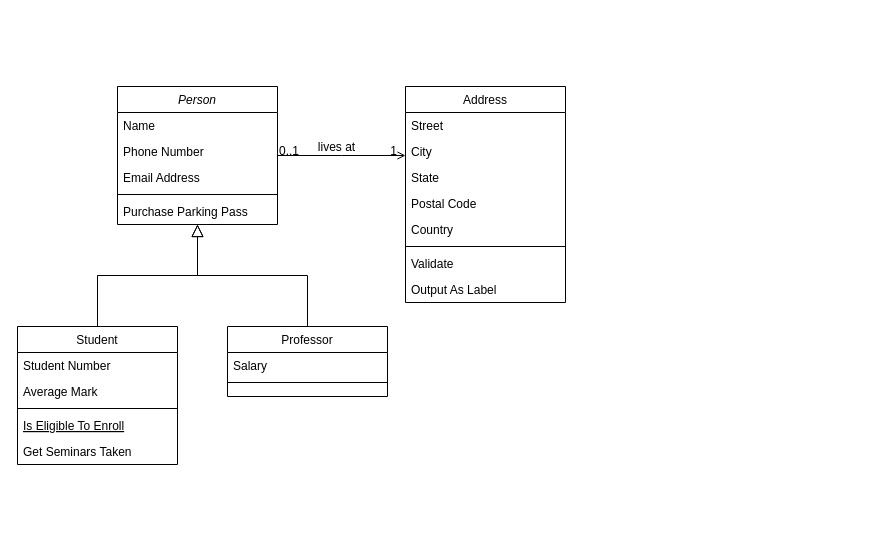
Above: Untitled Diagram.drawio in d3w3r/nestjs (draw.io), before the change. Source tidied: cells renumbered, new cells numbered last; positions are measured from the earlier drawing's top-left corner, leaving out a move shared by most shapes. Both pictures are drawn from the tidied source at 100%, with x=0, y=0 at pixel (17, 86).
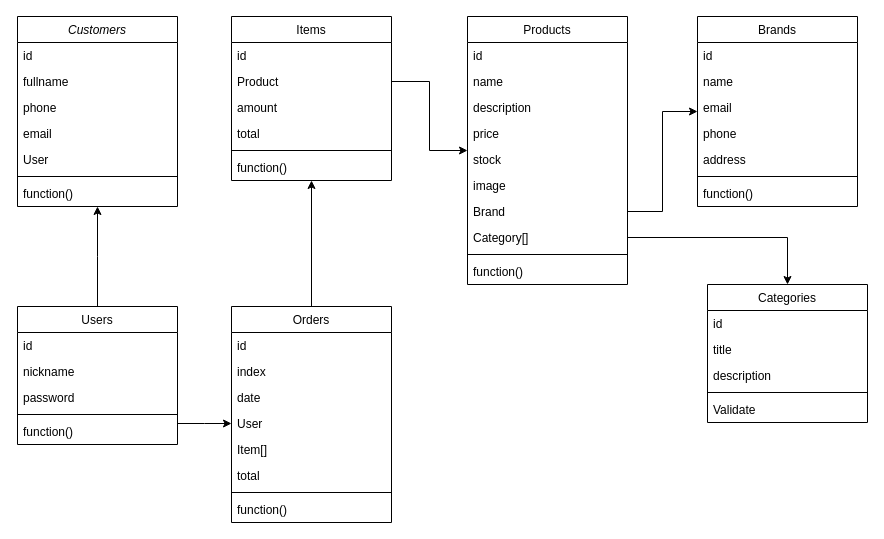
The same diagram, later.

The edit, as a diff of the source:
```diff
@@
-    <mxCell id="2" value="Person" style="swimlane;fontStyle=2;align=center;verticalAlign=top;horizontal=1;startSize=26;rounded=0;shadow=0;strokeWidth=1;" parent="1" vertex="1">
-      <mxGeometry x="100" width="160" height="138" as="geometry" />
+    <mxCell id="2" value="Customers" style="swimlane;fontStyle=2;align=center;verticalAlign=top;horizontal=1;startSize=26;rounded=0;shadow=0;strokeWidth=1;" parent="1" vertex="1">
+      <mxGeometry y="-70" width="160" height="190" as="geometry" />
     </mxCell>
-    <mxCell id="3" value="Name" style="text;align=left;verticalAlign=top;spacingLeft=4;spacingRight=4;overflow=hidden;" parent="2" vertex="1">
+    <mxCell id="3" value="id" style="text;align=left;verticalAlign=top;spacingLeft=4;spacingRight=4;overflow=hidden;" parent="2" vertex="1">
       <mxGeometry y="26" width="160" height="26" as="geometry" />
     </mxCell>
-    <mxCell id="4" value="Phone Number" style="text;align=left;verticalAlign=top;spacingLeft=4;spacingRight=4;overflow=hidden;rounded=0;shadow=0;html=0;" parent="2" vertex="1">
+    <mxCell id="4" value="fullname" style="text;align=left;verticalAlign=top;spacingLeft=4;spacingRight=4;overflow=hidden;rounded=0;shadow=0;html=0;" parent="2" vertex="1">
       <mxGeometry y="52" width="160" height="26" as="geometry" />
     </mxCell>
-    <mxCell id="5" value="Email Address" style="text;align=left;verticalAlign=top;spacingLeft=4;spacingRight=4;overflow=hidden;rounded=0;shadow=0;html=0;" parent="2" vertex="1">
+    <mxCell id="5" value="phone" style="text;align=left;verticalAlign=top;spacingLeft=4;spacingRight=4;overflow=hidden;rounded=0;shadow=0;html=0;" parent="2" vertex="1">
       <mxGeometry y="78" width="160" height="26" as="geometry" />
     </mxCell>
+    <mxCell id="32" value="email" style="text;align=left;verticalAlign=top;spacingLeft=4;spacingRight=4;overflow=hidden;rounded=0;shadow=0;html=0;" parent="2" vertex="1">
+      <mxGeometry y="104" width="160" height="26" as="geometry" />
+    </mxCell>
+    <mxCell id="33" value="User" style="text;align=left;verticalAlign=top;spacingLeft=4;spacingRight=4;overflow=hidden;rounded=0;shadow=0;html=0;" parent="2" vertex="1">
+      <mxGeometry y="130" width="160" height="26" as="geometry" />
+    </mxCell>
     <mxCell id="6" style="line;html=1;strokeWidth=1;align=left;verticalAlign=middle;spacingTop=-1;spacingLeft=3;spacingRight=3;labelPosition=right;" parent="2" vertex="1">
-      <mxGeometry y="104" width="160" height="8" as="geometry" />
+      <mxGeometry y="156" width="160" height="8" as="geometry" />
     </mxCell>
-    <mxCell id="7" value="Purchase Parking Pass" style="text;align=left;verticalAlign=top;spacingLeft=4;spacingRight=4;overflow=hidden;" parent="2" vertex="1">
-      <mxGeometry y="112" width="160" height="26" as="geometry" />
+    <mxCell id="7" value="function()" style="text;align=left;verticalAlign=top;spacingLeft=4;spacingRight=4;overflow=hidden;" parent="2" vertex="1">
+      <mxGeometry y="164" width="160" height="26" as="geometry" />
     </mxCell>
-    <mxCell id="8" value="Student" style="swimlane;fontStyle=0;align=center;verticalAlign=top;horizontal=1;startSize=26;rounded=0;shadow=0;strokeWidth=1;" parent="1" vertex="1">
-      <mxGeometry y="240" width="160" height="138" as="geometry" />
+    <mxCell id="8" value="Users" style="swimlane;fontStyle=0;align=center;verticalAlign=top;horizontal=1;startSize=26;rounded=0;shadow=0;strokeWidth=1;" parent="1" vertex="1">
+      <mxGeometry y="220" width="160" height="138" as="geometry" />
     </mxCell>
-    <mxCell id="9" value="Student Number" style="text;align=left;verticalAlign=top;spacingLeft=4;spacingRight=4;overflow=hidden;" parent="8" vertex="1">
+    <mxCell id="9" value="id" style="text;align=left;verticalAlign=top;spacingLeft=4;spacingRight=4;overflow=hidden;" parent="8" vertex="1">
       <mxGeometry y="26" width="160" height="26" as="geometry" />
     </mxCell>
-    <mxCell id="10" value="Average Mark" style="text;align=left;verticalAlign=top;spacingLeft=4;spacingRight=4;overflow=hidden;rounded=0;shadow=0;html=0;" parent="8" vertex="1">
+    <mxCell id="10" value="nickname" style="text;align=left;verticalAlign=top;spacingLeft=4;spacingRight=4;overflow=hidden;rounded=0;shadow=0;html=0;" parent="8" vertex="1">
       <mxGeometry y="52" width="160" height="26" as="geometry" />
     </mxCell>
+    <mxCell id="34" value="password" style="text;align=left;verticalAlign=top;spacingLeft=4;spacingRight=4;overflow=hidden;rounded=0;shadow=0;html=0;" parent="8" vertex="1">
+      <mxGeometry y="78" width="160" height="26" as="geometry" />
+    </mxCell>
     <mxCell id="11" style="line;html=1;strokeWidth=1;align=left;verticalAlign=middle;spacingTop=-1;spacingLeft=3;spacingRight=3;labelPosition=right;" parent="8" vertex="1">
-      <mxGeometry y="78" width="160" height="8" as="geometry" />
+      <mxGeometry y="104" width="160" height="8" as="geometry" />
     </mxCell>
-    <mxCell id="12" value="Is Eligible To Enroll" style="text;align=left;verticalAlign=top;spacingLeft=4;spacingRight=4;overflow=hidden;fontStyle=4;" parent="8" vertex="1">
-      <mxGeometry y="86" width="160" height="26" as="geometry" />
-    </mxCell>
-    <mxCell id="13" value="Get Seminars Taken" style="text;align=left;verticalAlign=top;spacingLeft=4;spacingRight=4;overflow=hidden;" parent="8" vertex="1">
+    <mxCell id="13" value="function()" style="text;align=left;verticalAlign=top;spacingLeft=4;spacingRight=4;overflow=hidden;" parent="8" vertex="1">
       <mxGeometry y="112" width="160" height="26" as="geometry" />
     </mxCell>
-    <mxCell id="14" style="endArrow=block;endSize=10;endFill=0;shadow=0;strokeWidth=1;rounded=0;edgeStyle=elbowEdgeStyle;elbow=vertical;" parent="1" edge="1" source="8" target="2">
+    <mxCell id="14" style="endArrow=classic;endSize=6;endFill=1;shadow=0;strokeWidth=1;rounded=0;edgeStyle=elbowEdgeStyle;elbow=vertical;" parent="1" edge="1" source="8" target="2">
       <mxGeometry relative="1" as="geometry" />
     </mxCell>
-    <mxCell id="15" value="Professor" style="swimlane;fontStyle=0;align=center;verticalAlign=top;horizontal=1;startSize=26;rounded=0;shadow=0;strokeWidth=1;" parent="1" vertex="1">
-      <mxGeometry x="210" y="240" width="160" height="70" as="geometry" />
+    <mxCell id="15" value="Orders" style="swimlane;fontStyle=0;align=center;verticalAlign=top;horizontal=1;startSize=26;rounded=0;shadow=0;strokeWidth=1;" parent="1" vertex="1">
+      <mxGeometry x="214" y="220" width="160" height="216" as="geometry" />
     </mxCell>
-    <mxCell id="16" value="Salary" style="text;align=left;verticalAlign=top;spacingLeft=4;spacingRight=4;overflow=hidden;" parent="15" vertex="1">
+    <mxCell id="16" value="id" style="text;align=left;verticalAlign=top;spacingLeft=4;spacingRight=4;overflow=hidden;" parent="15" vertex="1">
       <mxGeometry y="26" width="160" height="26" as="geometry" />
     </mxCell>
+    <mxCell id="35" value="index" style="text;align=left;verticalAlign=top;spacingLeft=4;spacingRight=4;overflow=hidden;" parent="15" vertex="1">
+      <mxGeometry y="52" width="160" height="26" as="geometry" />
+    </mxCell>
+    <mxCell id="36" value="date" style="text;align=left;verticalAlign=top;spacingLeft=4;spacingRight=4;overflow=hidden;" parent="15" vertex="1">
+      <mxGeometry y="78" width="160" height="26" as="geometry" />
+    </mxCell>
+    <mxCell id="37" value="User" style="text;align=left;verticalAlign=top;spacingLeft=4;spacingRight=4;overflow=hidden;points=[[0,0.5],[1,0.5]];portConstraint=eastwest;" parent="15" vertex="1">
+      <mxGeometry y="104" width="160" height="26" as="geometry" />
+    </mxCell>
+    <mxCell id="38" value="Item[]" style="text;align=left;verticalAlign=top;spacingLeft=4;spacingRight=4;overflow=hidden;" parent="15" vertex="1">
+      <mxGeometry y="130" width="160" height="26" as="geometry" />
+    </mxCell>
+    <mxCell id="39" value="total" style="text;align=left;verticalAlign=top;spacingLeft=4;spacingRight=4;overflow=hidden;" parent="15" vertex="1">
+      <mxGeometry y="156" width="160" height="26" as="geometry" />
+    </mxCell>
     <mxCell id="17" style="line;html=1;strokeWidth=1;align=left;verticalAlign=middle;spacingTop=-1;spacingLeft=3;spacingRight=3;labelPosition=right;" parent="15" vertex="1">
-      <mxGeometry y="52" width="160" height="8" as="geometry" />
+      <mxGeometry y="182" width="160" height="8" as="geometry" />
     </mxCell>
-    <mxCell id="18" style="endArrow=block;endSize=10;endFill=0;shadow=0;strokeWidth=1;rounded=0;edgeStyle=elbowEdgeStyle;elbow=vertical;" parent="1" edge="1" source="15" target="2">
-      <mxGeometry relative="1" as="geometry" />
-    </mxCell>
+    <mxCell id="40" value="function()" style="text;align=left;verticalAlign=top;spacingLeft=4;spacingRight=4;overflow=hidden;" parent="15" vertex="1">
+      <mxGeometry y="190" width="160" height="26" as="geometry" />
+    </mxCell>
-    <mxCell id="19" value="Address" style="swimlane;fontStyle=0;align=center;verticalAlign=top;horizontal=1;startSize=26;rounded=0;shadow=0;strokeWidth=1;" parent="1" vertex="1">
-      <mxGeometry x="388" width="160" height="216" as="geometry" />
+    <mxCell id="19" value="Products" style="swimlane;fontStyle=0;align=center;verticalAlign=top;horizontal=1;startSize=26;rounded=0;shadow=0;strokeWidth=1;" parent="1" vertex="1">
+      <mxGeometry x="450" y="-70" width="160" height="268" as="geometry" />
     </mxCell>
-    <mxCell id="20" value="Street" style="text;align=left;verticalAlign=top;spacingLeft=4;spacingRight=4;overflow=hidden;" parent="19" vertex="1">
+    <mxCell id="20" value="id" style="text;align=left;verticalAlign=top;spacingLeft=4;spacingRight=4;overflow=hidden;" parent="19" vertex="1">
       <mxGeometry y="26" width="160" height="26" as="geometry" />
     </mxCell>
-    <mxCell id="21" value="City" style="text;align=left;verticalAlign=top;spacingLeft=4;spacingRight=4;overflow=hidden;rounded=0;shadow=0;html=0;" parent="19" vertex="1">
+    <mxCell id="21" value="name" style="text;align=left;verticalAlign=top;spacingLeft=4;spacingRight=4;overflow=hidden;rounded=0;shadow=0;html=0;" parent="19" vertex="1">
       <mxGeometry y="52" width="160" height="26" as="geometry" />
     </mxCell>
-    <mxCell id="22" value="State" style="text;align=left;verticalAlign=top;spacingLeft=4;spacingRight=4;overflow=hidden;rounded=0;shadow=0;html=0;" parent="19" vertex="1">
+    <mxCell id="22" value="description" style="text;align=left;verticalAlign=top;spacingLeft=4;spacingRight=4;overflow=hidden;rounded=0;shadow=0;html=0;" parent="19" vertex="1">
       <mxGeometry y="78" width="160" height="26" as="geometry" />
     </mxCell>
-    <mxCell id="23" value="Postal Code" style="text;align=left;verticalAlign=top;spacingLeft=4;spacingRight=4;overflow=hidden;rounded=0;shadow=0;html=0;" parent="19" vertex="1">
+    <mxCell id="23" value="price" style="text;align=left;verticalAlign=top;spacingLeft=4;spacingRight=4;overflow=hidden;rounded=0;shadow=0;html=0;" parent="19" vertex="1">
       <mxGeometry y="104" width="160" height="26" as="geometry" />
     </mxCell>
-    <mxCell id="24" value="Country" style="text;align=left;verticalAlign=top;spacingLeft=4;spacingRight=4;overflow=hidden;rounded=0;shadow=0;html=0;" parent="19" vertex="1">
+    <mxCell id="24" value="stock" style="text;align=left;verticalAlign=top;spacingLeft=4;spacingRight=4;overflow=hidden;rounded=0;shadow=0;html=0;" parent="19" vertex="1">
       <mxGeometry y="130" width="160" height="26" as="geometry" />
     </mxCell>
+    <mxCell id="41" value="image" style="text;align=left;verticalAlign=top;spacingLeft=4;spacingRight=4;overflow=hidden;rounded=0;shadow=0;html=0;" parent="19" vertex="1">
+      <mxGeometry y="156" width="160" height="26" as="geometry" />
+    </mxCell>
+    <mxCell id="42" value="Brand" style="text;align=left;verticalAlign=top;spacingLeft=4;spacingRight=4;overflow=hidden;points=[[0,0.5],[1,0.5]];portConstraint=eastwest;rounded=0;shadow=0;html=0;" parent="19" vertex="1">
+      <mxGeometry y="182" width="160" height="26" as="geometry" />
+    </mxCell>
+    <mxCell id="43" value="Category[]" style="text;align=left;verticalAlign=top;spacingLeft=4;spacingRight=4;overflow=hidden;points=[[0,0.5],[1,0.5]];portConstraint=eastwest;rounded=0;shadow=0;html=0;" parent="19" vertex="1">
+      <mxGeometry y="208" width="160" height="26" as="geometry" />
+    </mxCell>
     <mxCell id="25" style="line;html=1;strokeWidth=1;align=left;verticalAlign=middle;spacingTop=-1;spacingLeft=3;spacingRight=3;labelPosition=right;" parent="19" vertex="1">
-      <mxGeometry y="156" width="160" height="8" as="geometry" />
+      <mxGeometry y="234" width="160" height="8" as="geometry" />
     </mxCell>
-    <mxCell id="26" value="Validate" style="text;align=left;verticalAlign=top;spacingLeft=4;spacingRight=4;overflow=hidden;" parent="19" vertex="1">
-      <mxGeometry y="164" width="160" height="26" as="geometry" />
+    <mxCell id="26" value="function()" style="text;align=left;verticalAlign=top;spacingLeft=4;spacingRight=4;overflow=hidden;" parent="19" vertex="1">
+      <mxGeometry y="242" width="160" height="26" as="geometry" />
     </mxCell>
-    <mxCell id="27" value="Output As Label" style="text;align=left;verticalAlign=top;spacingLeft=4;spacingRight=4;overflow=hidden;" parent="19" vertex="1">
-      <mxGeometry y="190" width="160" height="26" as="geometry" />
-    </mxCell>
-    <mxCell id="28" style="endArrow=open;shadow=0;strokeWidth=1;rounded=0;endFill=1;edgeStyle=elbowEdgeStyle;elbow=vertical;" parent="1" edge="1" source="2" target="19">
-      <mxGeometry x="0.5" y="41" relative="1" as="geometry">
-        <mxPoint x="-40" y="32" as="offset" />
-      </mxGeometry>
-    </mxCell>
-    <mxCell id="29" value="0..1" style="align=left;verticalAlign=bottom;labelBackgroundColor=none;fontSize=12;" parent="28" vertex="1">
-      <mxGeometry x="-1" relative="1" as="geometry">
-        <mxPoint y="4" as="offset" />
-      </mxGeometry>
-    </mxCell>
-    <mxCell id="30" value="1" style="align=right;verticalAlign=bottom;labelBackgroundColor=none;fontSize=12;" parent="28" vertex="1">
-      <mxGeometry x="1" relative="1" as="geometry">
-        <mxPoint x="-7" y="4" as="offset" />
-      </mxGeometry>
-    </mxCell>
-    <mxCell id="31" value="lives at" style="text;html=1;align=center;verticalAlign=middle;labelBackgroundColor=none;rounded=0;shadow=0;strokeWidth=1;fontSize=12;" parent="28" vertex="1">
-      <mxGeometry x="0.5" y="49" relative="1" as="geometry">
-        <mxPoint x="-38" y="40" as="offset" />
-      </mxGeometry>
-    </mxCell>
+    <mxCell id="44" value="Categories" style="swimlane;fontStyle=0;align=center;verticalAlign=top;horizontal=1;startSize=26;rounded=0;shadow=0;strokeWidth=1;" parent="1" vertex="1">
+      <mxGeometry x="690" y="198" width="160" height="138" as="geometry" />
+    </mxCell>
+    <mxCell id="45" value="id" style="text;align=left;verticalAlign=top;spacingLeft=4;spacingRight=4;overflow=hidden;" parent="44" vertex="1">
+      <mxGeometry y="26" width="160" height="26" as="geometry" />
+    </mxCell>
+    <mxCell id="46" value="title" style="text;align=left;verticalAlign=top;spacingLeft=4;spacingRight=4;overflow=hidden;rounded=0;shadow=0;html=0;" parent="44" vertex="1">
+      <mxGeometry y="52" width="160" height="26" as="geometry" />
+    </mxCell>
+    <mxCell id="47" value="description" style="text;align=left;verticalAlign=top;spacingLeft=4;spacingRight=4;overflow=hidden;rounded=0;shadow=0;html=0;" parent="44" vertex="1">
+      <mxGeometry y="78" width="160" height="26" as="geometry" />
+    </mxCell>
+    <mxCell id="48" style="line;html=1;strokeWidth=1;align=left;verticalAlign=middle;spacingTop=-1;spacingLeft=3;spacingRight=3;labelPosition=right;" parent="44" vertex="1">
+      <mxGeometry y="104" width="160" height="8" as="geometry" />
+    </mxCell>
+    <mxCell id="49" value="Validate" style="text;align=left;verticalAlign=top;spacingLeft=4;spacingRight=4;overflow=hidden;" parent="44" vertex="1">
+      <mxGeometry y="112" width="160" height="26" as="geometry" />
+    </mxCell>
+    <mxCell id="50" value="Brands" style="swimlane;fontStyle=0;align=center;verticalAlign=top;horizontal=1;startSize=26;rounded=0;shadow=0;strokeWidth=1;" parent="1" vertex="1">
+      <mxGeometry x="680" y="-70" width="160" height="190" as="geometry" />
+    </mxCell>
+    <mxCell id="51" value="id" style="text;align=left;verticalAlign=top;spacingLeft=4;spacingRight=4;overflow=hidden;" parent="50" vertex="1">
+      <mxGeometry y="26" width="160" height="26" as="geometry" />
+    </mxCell>
+    <mxCell id="52" value="name" style="text;align=left;verticalAlign=top;spacingLeft=4;spacingRight=4;overflow=hidden;rounded=0;shadow=0;html=0;" parent="50" vertex="1">
+      <mxGeometry y="52" width="160" height="26" as="geometry" />
+    </mxCell>
+    <mxCell id="53" value="email" style="text;align=left;verticalAlign=top;spacingLeft=4;spacingRight=4;overflow=hidden;rounded=0;shadow=0;html=0;" parent="50" vertex="1">
+      <mxGeometry y="78" width="160" height="26" as="geometry" />
+    </mxCell>
+    <mxCell id="54" value="phone" style="text;align=left;verticalAlign=top;spacingLeft=4;spacingRight=4;overflow=hidden;rounded=0;shadow=0;html=0;" parent="50" vertex="1">
+      <mxGeometry y="104" width="160" height="26" as="geometry" />
+    </mxCell>
+    <mxCell id="55" value="address" style="text;align=left;verticalAlign=top;spacingLeft=4;spacingRight=4;overflow=hidden;rounded=0;shadow=0;html=0;" parent="50" vertex="1">
+      <mxGeometry y="130" width="160" height="26" as="geometry" />
+    </mxCell>
+    <mxCell id="56" style="line;html=1;strokeWidth=1;align=left;verticalAlign=middle;spacingTop=-1;spacingLeft=3;spacingRight=3;labelPosition=right;" parent="50" vertex="1">
+      <mxGeometry y="156" width="160" height="8" as="geometry" />
+    </mxCell>
+    <mxCell id="57" value="function()" style="text;align=left;verticalAlign=top;spacingLeft=4;spacingRight=4;overflow=hidden;" parent="50" vertex="1">
+      <mxGeometry y="164" width="160" height="26" as="geometry" />
+    </mxCell>
+    <mxCell id="58" style="endArrow=classic;endSize=6;endFill=1;shadow=0;strokeWidth=1;rounded=0;edgeStyle=elbowEdgeStyle;elbow=vertical;entryX=0;entryY=0.5;entryDx=0;entryDy=0;" parent="1" edge="1" source="8" target="37">
+      <mxGeometry relative="1" as="geometry" />
+    </mxCell>
+    <mxCell id="59" style="edgeStyle=orthogonalEdgeStyle;rounded=0;jettySize=auto;html=1;" parent="1" edge="1" source="42" target="50">
+      <mxGeometry relative="1" as="geometry" />
+    </mxCell>
+    <mxCell id="60" style="edgeStyle=orthogonalEdgeStyle;rounded=0;jettySize=auto;html=1;" parent="1" edge="1" source="43" target="44">
+      <mxGeometry relative="1" as="geometry" />
+    </mxCell>
+    <mxCell id="61" value="Items" style="swimlane;fontStyle=0;align=center;verticalAlign=top;horizontal=1;startSize=26;rounded=0;shadow=0;strokeWidth=1;" parent="1" vertex="1">
+      <mxGeometry x="214" y="-70" width="160" height="164" as="geometry" />
+    </mxCell>
+    <mxCell id="62" value="id" style="text;align=left;verticalAlign=top;spacingLeft=4;spacingRight=4;overflow=hidden;" parent="61" vertex="1">
+      <mxGeometry y="26" width="160" height="26" as="geometry" />
+    </mxCell>
+    <mxCell id="63" value="Product" style="text;align=left;verticalAlign=top;spacingLeft=4;spacingRight=4;overflow=hidden;points=[[0,0.5],[1,0.5]];portConstraint=eastwest;" parent="61" vertex="1">
+      <mxGeometry y="52" width="160" height="26" as="geometry" />
+    </mxCell>
+    <mxCell id="64" value="amount" style="text;align=left;verticalAlign=top;spacingLeft=4;spacingRight=4;overflow=hidden;" parent="61" vertex="1">
+      <mxGeometry y="78" width="160" height="26" as="geometry" />
+    </mxCell>
+    <mxCell id="65" value="total" style="text;align=left;verticalAlign=top;spacingLeft=4;spacingRight=4;overflow=hidden;" parent="61" vertex="1">
+      <mxGeometry y="104" width="160" height="26" as="geometry" />
+    </mxCell>
+    <mxCell id="66" style="line;html=1;strokeWidth=1;align=left;verticalAlign=middle;spacingTop=-1;spacingLeft=3;spacingRight=3;labelPosition=right;" parent="61" vertex="1">
+      <mxGeometry y="130" width="160" height="8" as="geometry" />
+    </mxCell>
+    <mxCell id="67" value="function()" style="text;align=left;verticalAlign=top;spacingLeft=4;spacingRight=4;overflow=hidden;" parent="61" vertex="1">
+      <mxGeometry y="138" width="160" height="26" as="geometry" />
+    </mxCell>
+    <mxCell id="68" style="edgeStyle=orthogonalEdgeStyle;rounded=0;jettySize=auto;html=1;" parent="1" edge="1" source="63" target="19">
+      <mxGeometry relative="1" as="geometry" />
+    </mxCell>
+    <mxCell id="69" style="edgeStyle=orthogonalEdgeStyle;rounded=0;jettySize=auto;html=1;" parent="1" edge="1" source="15" target="61">
+      <mxGeometry relative="1" as="geometry" />
+    </mxCell>
```
